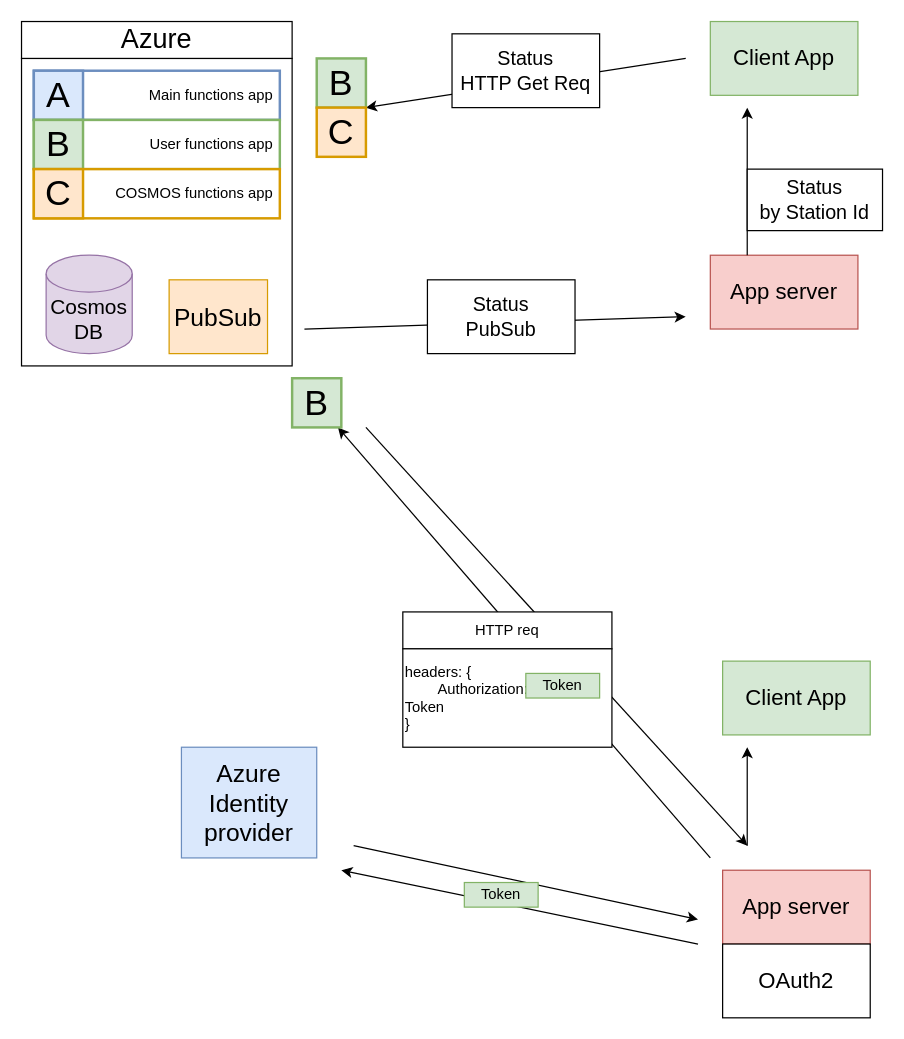
stefanszeke/diargrams_io keeps this draw.io diagram as emobility-client-connection.drawio. Above is the earlier version. Source tidied: cells renumbered, new cells numbered last; positions are measured from the earlier drawing's top-left corner, leaving out a move shared by most shapes. Both pictures are drawn from the tidied source at 123%, with x=0, y=0 at pixel (21, 21).
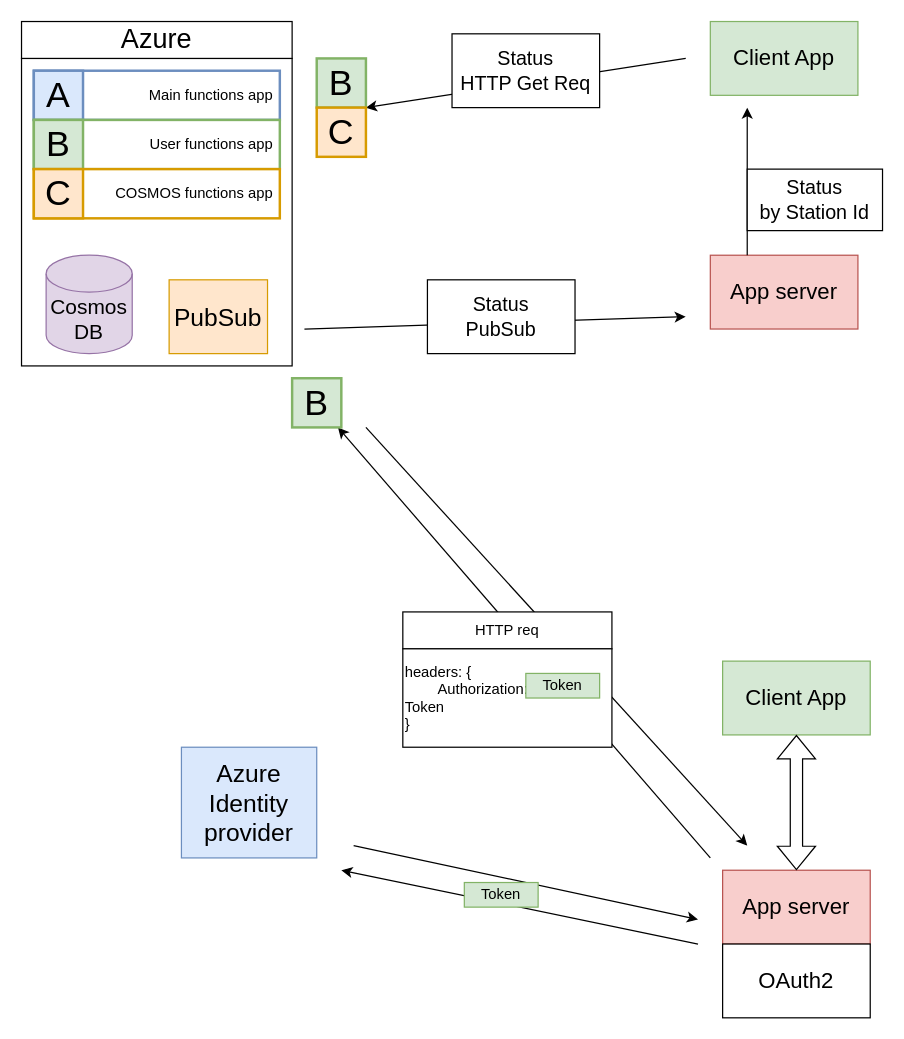
After the change.

The change refers to these unchanged cells:
```xml
<mxCell id="23" value="App server" style="rounded=0;whiteSpace=wrap;html=1;fontSize=18;fillColor=#f8cecc;strokeColor=#b85450;" parent="1" vertex="1">
  <mxGeometry x="570" y="690" width="120" height="60" as="geometry" />
</mxCell>
```

Change to the diagram source:
```diff
@@
-    <mxCell id="36" style="endArrow=classic;html=1;rounded=0;" parent="1" edge="1">
-      <mxGeometry relative="1" as="geometry">
-        <mxPoint x="590" y="670" as="sourcePoint" />
-        <mxPoint x="590" y="590" as="targetPoint" />
-      </mxGeometry>
-    </mxCell>
+    <mxCell id="37" style="shape=flexArrow;endArrow=classic;startArrow=classic;html=1;rounded=0;exitX=0.5;exitY=0;exitDx=0;exitDy=0;" parent="1" edge="1" source="23">
+      <mxGeometry relative="1" as="geometry">
+        <mxPoint x="630" y="580" as="targetPoint" />
+      </mxGeometry>
+    </mxCell>
```
